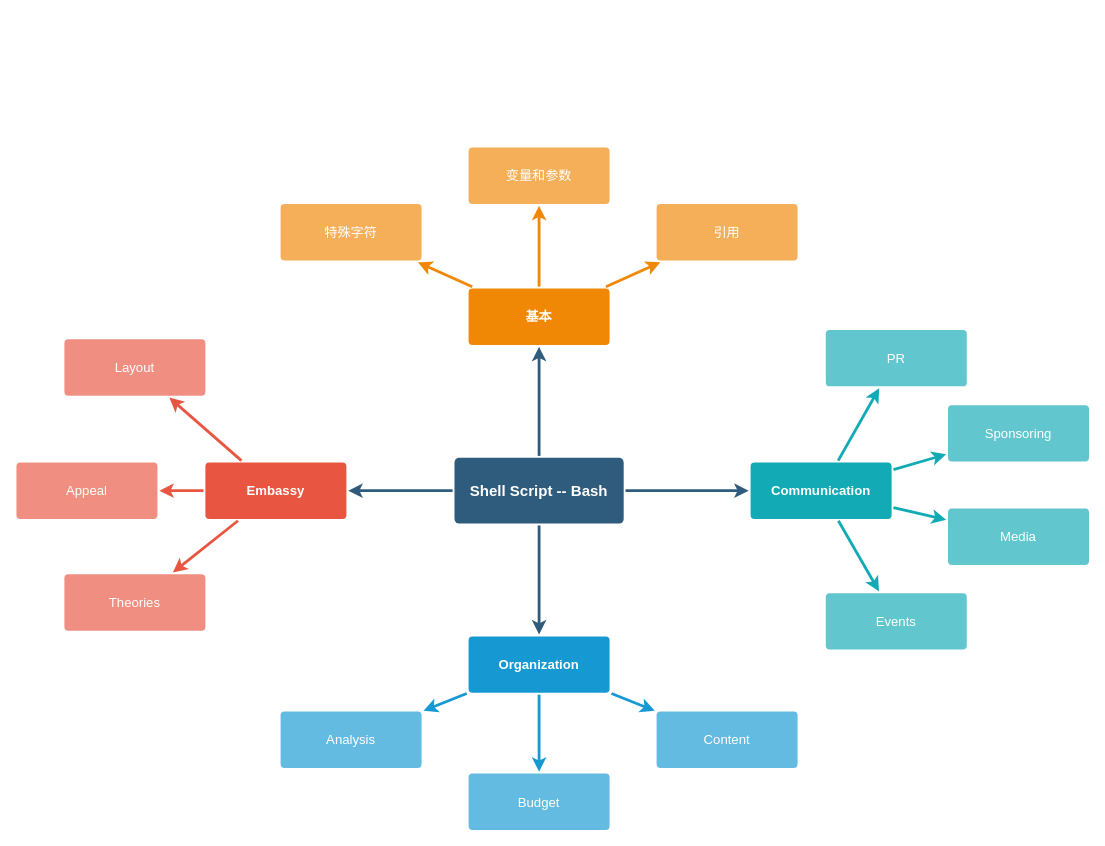
This is Bash/shell.drawio from cherubic/drawio, a draw.io file, before an edit. Source tidied: cells renumbered, new cells numbered last; positions are measured from the earlier drawing's top-left corner, leaving out a move shared by most shapes. Both pictures are drawn from the tidied source at 94%, with x=0, y=0 at pixel (16, 147).
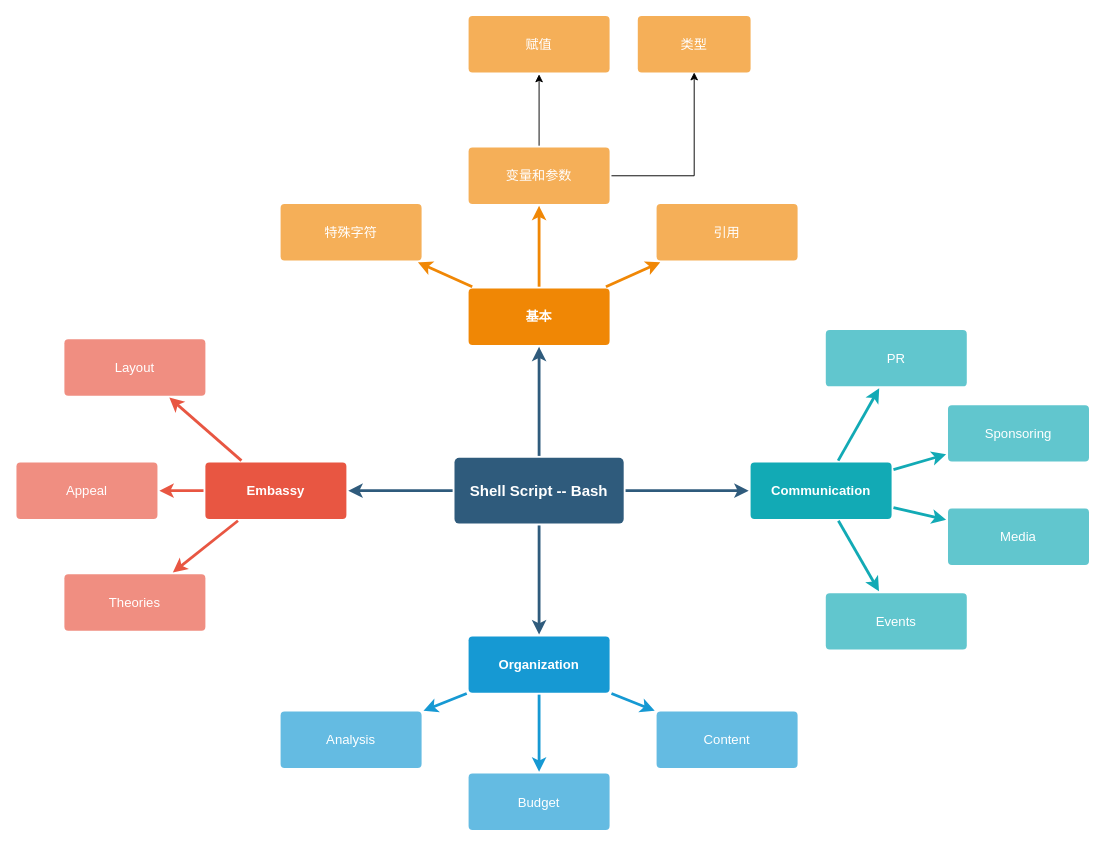
After the change.

The change refers to these unchanged cells:
```xml
<mxCell id="24" value="变量和参数" style="rounded=1;whiteSpace=wrap;html=1;shadow=0;labelBackgroundColor=none;strokeColor=none;strokeWidth=3;fillColor=#f5af58;fontFamily=Helvetica;fontSize=14;fontColor=#FFFFFF;align=center;spacing=5;arcSize=7;perimeterSpacing=2;" parent="1" vertex="1">
  <mxGeometry x="481" y="0.5" width="150" height="60" as="geometry" />
</mxCell>
```

Diff of the diagram source:
```diff
@@
+    <mxCell id="37" style="edgeStyle=orthogonalEdgeStyle;rounded=0;jettySize=auto;html=1;" parent="1" edge="1" source="24" target="39">
+      <mxGeometry relative="1" as="geometry" />
+    </mxCell>
+    <mxCell id="38" style="edgeStyle=orthogonalEdgeStyle;rounded=0;jettySize=auto;html=1;" parent="1" edge="1" source="24" target="40">
+      <mxGeometry relative="1" as="geometry" />
+    </mxCell>
@@
+    <mxCell id="39" value="赋值" style="rounded=1;whiteSpace=wrap;html=1;shadow=0;labelBackgroundColor=none;strokeColor=none;strokeWidth=3;fillColor=#f5af58;fontFamily=Helvetica;fontSize=14;fontColor=#FFFFFF;align=center;spacing=5;arcSize=7;perimeterSpacing=2;" parent="1" vertex="1">
+      <mxGeometry x="481" y="-139.5" width="150" height="60" as="geometry" />
+    </mxCell>
+    <mxCell id="40" value="类型" style="whiteSpace=wrap;html=1;fontSize=14;fillColor=#f5af58;strokeColor=none;fontColor=#FFFFFF;rounded=1;shadow=0;labelBackgroundColor=none;strokeWidth=3;spacing=5;arcSize=7;" parent="1" vertex="1">
+      <mxGeometry x="661" y="-139.5" width="120" height="60" as="geometry" />
+    </mxCell>
```
